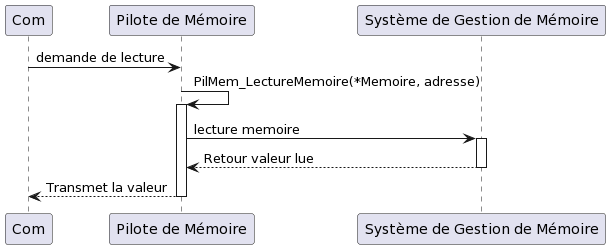
This is pilote/sequence_lecture_memoire.png from Bird0Ut/PGE_SME, a PlantUML export, as it was before one commit.
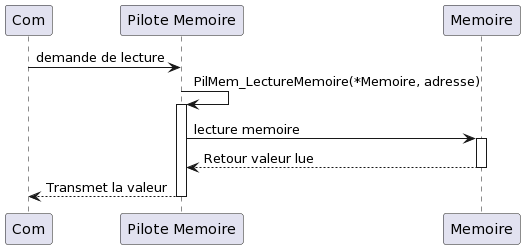
After the change.

What changed in the source:
```diff
@@ -1,7 +1,7 @@
 @startuml
 participant "Com" as com
-participant "Pilote de Mémoire" as MemoryDriver
-participant "Système de Gestion de Mémoire" as mem
+participant "Pilote Memoire" as MemoryDriver
+participant "Memoire" as mem
 
 com -> MemoryDriver : demande de lecture
 
```
